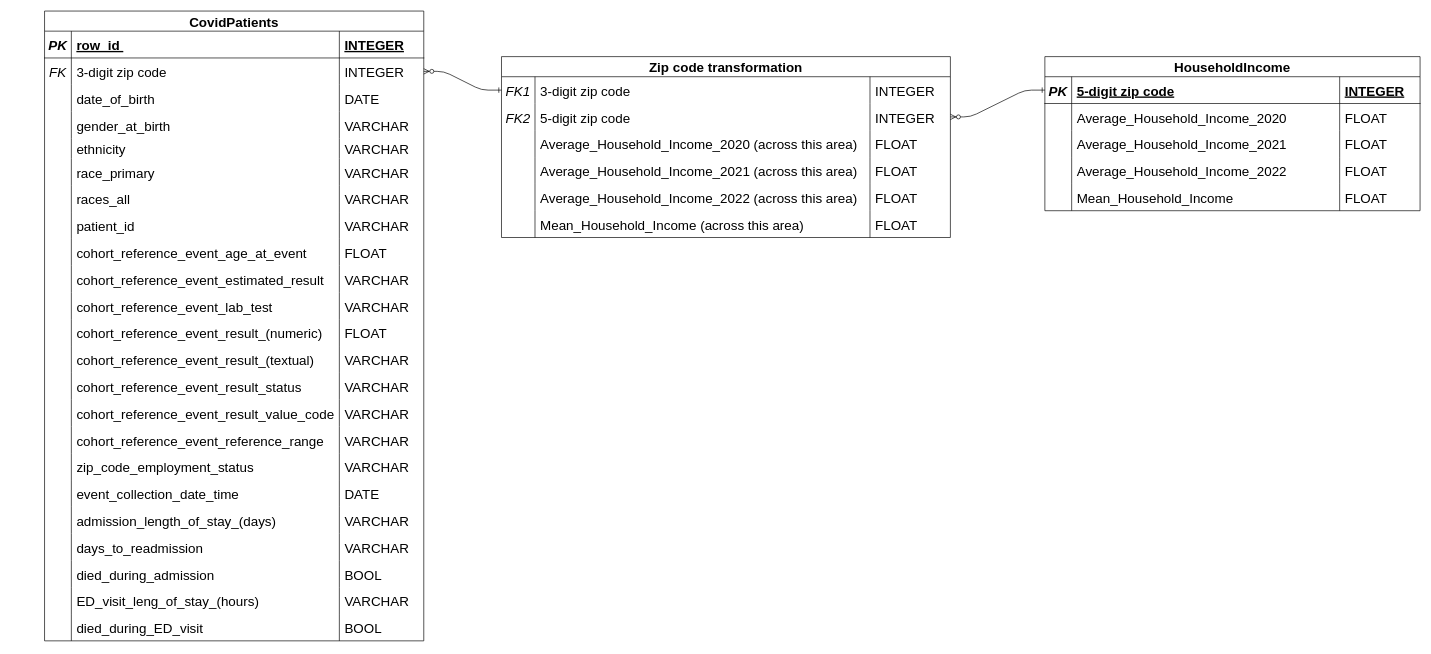
ronghanli2002/Analyzing-COVID-19-Disparities-in-Missouri-Through-a-Socioeconomic-Lens keeps this draw.io diagram as methods/covid_income_diagram.drawio. Above is the earlier version. Source tidied: cells renumbered, new cells numbered last; positions are measured from the earlier drawing's top-left corner, leaving out a move shared by most shapes. Both pictures are drawn from the tidied source at 67%, with x=0, y=0 at pixel (44, 11).
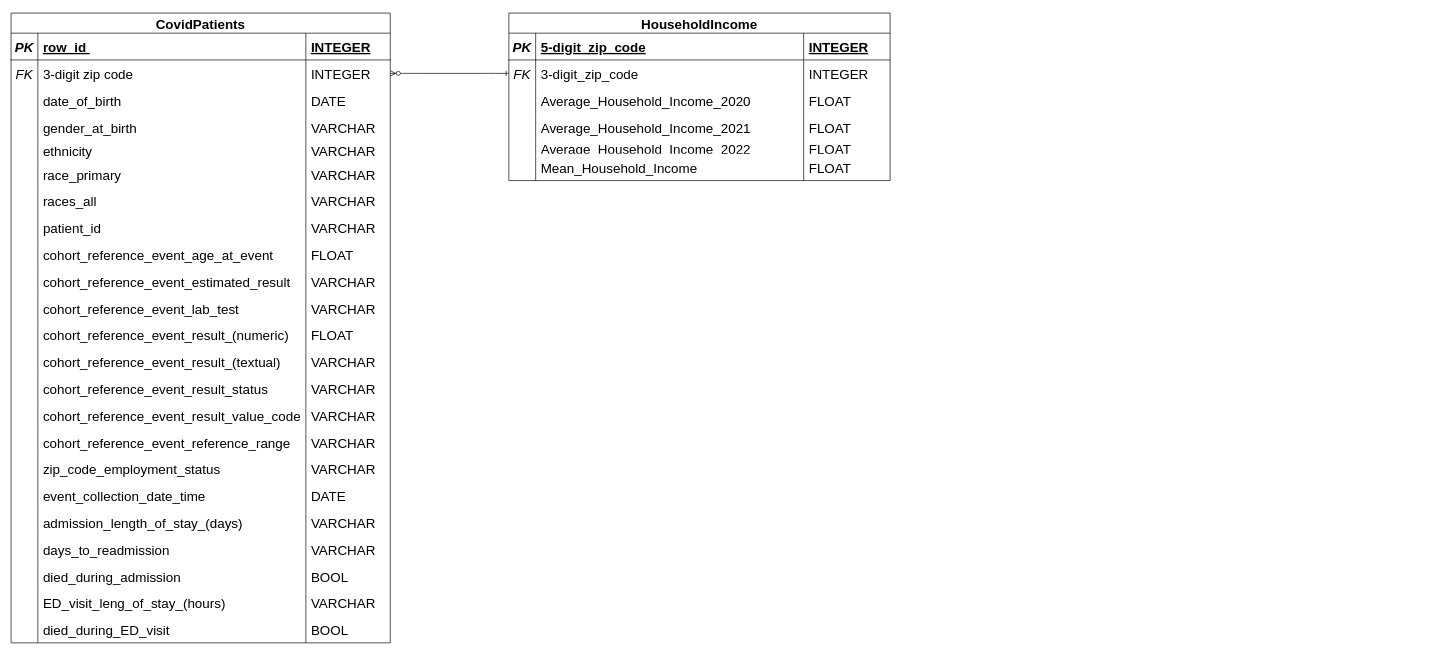
After the change.

Unchanged cells that the change refers to:
```xml
<mxCell id="32" style="shape=partialRectangle;fillColor=none;points=[[0,0.5],[1,0.5]];portConstraint=eastwest;top=0;left=0;right=0;bottom=0;fontSize=20;" parent="27" vertex="1">
  <mxGeometry y="70" width="566" height="40" as="geometry" />
</mxCell>
```

The edit, as a diff of the source:
```diff
@@
-    <mxCell id="2" value="Zip code transformation" style="shape=table;startSize=30;childLayout=tableLayout;rowLines=0;fontStyle=1;align=center;fontSize=20;" parent="1" vertex="1">
-      <mxGeometry x="682" y="68" width="670" height="270" as="geometry" />
-    </mxCell>
-    <mxCell id="3" style="shape=partialRectangle;fillColor=none;points=[[0,0.5],[1,0.5]];portConstraint=eastwest;top=0;left=0;right=0;bottom=0;fontSize=20;" parent="2" vertex="1">
-      <mxGeometry y="30" width="670" height="40" as="geometry" />
-    </mxCell>
-    <mxCell id="4" value="FK1" style="shape=partialRectangle;overflow=hidden;fillColor=none;top=0;left=0;bottom=0;right=0;fontStyle=2;fontSize=20;" parent="3" vertex="1">
-      <mxGeometry width="50" height="40" as="geometry" />
-    </mxCell>
-    <mxCell id="5" value="3-digit zip code" style="shape=partialRectangle;overflow=hidden;fillColor=none;top=0;left=0;bottom=0;right=0;align=left;spacingLeft=6;fontSize=20;" parent="3" vertex="1">
-      <mxGeometry x="50" width="500" height="40" as="geometry" />
-    </mxCell>
-    <mxCell id="6" value="INTEGER" style="shape=partialRectangle;overflow=hidden;fillColor=none;top=0;left=0;bottom=0;right=0;align=left;spacingLeft=6;fontSize=20;" parent="3" vertex="1">
-      <mxGeometry x="550" width="120" height="40" as="geometry" />
-    </mxCell>
-    <mxCell id="7" style="shape=partialRectangle;fillColor=none;points=[[0,0.5],[1,0.5]];portConstraint=eastwest;top=0;left=0;right=0;bottom=0;fontSize=20;" parent="2" vertex="1">
-      <mxGeometry y="70" width="670" height="40" as="geometry" />
-    </mxCell>
-    <mxCell id="8" value="FK2" style="shape=partialRectangle;overflow=hidden;fillColor=none;top=0;left=0;bottom=0;right=0;fontStyle=2;fontSize=20;" parent="7" vertex="1">
-      <mxGeometry width="50" height="40" as="geometry" />
-    </mxCell>
-    <mxCell id="9" value="5-digit zip code" style="shape=partialRectangle;overflow=hidden;fillColor=none;top=0;left=0;bottom=0;right=0;align=left;spacingLeft=6;fontSize=20;" parent="7" vertex="1">
-      <mxGeometry x="50" width="500" height="40" as="geometry" />
-    </mxCell>
-    <mxCell id="10" value="INTEGER" style="shape=partialRectangle;overflow=hidden;fillColor=none;top=0;left=0;bottom=0;right=0;align=left;spacingLeft=6;fontSize=20;" parent="7" vertex="1">
-      <mxGeometry x="550" width="120" height="40" as="geometry" />
-    </mxCell>
-    <mxCell id="11" style="shape=partialRectangle;fillColor=none;top=0;left=0;right=0;bottom=0;fontSize=20;" parent="2" vertex="1">
-      <mxGeometry y="110" width="670" height="40" as="geometry" />
-    </mxCell>
-    <mxCell id="12" style="shape=partialRectangle;overflow=hidden;fillColor=none;top=0;left=0;bottom=0;right=0;fontSize=20;" parent="11" vertex="1">
-      <mxGeometry width="50" height="40" as="geometry" />
-    </mxCell>
-    <mxCell id="13" value="Average_Household_Income_2020 (across this area)" style="shape=partialRectangle;overflow=hidden;fillColor=none;top=0;left=0;bottom=0;right=0;align=left;spacingLeft=6;fontSize=20;" parent="11" vertex="1">
-      <mxGeometry x="50" width="500" height="40" as="geometry" />
-    </mxCell>
-    <mxCell id="14" value="FLOAT" style="shape=partialRectangle;overflow=hidden;fillColor=none;top=0;left=0;bottom=0;right=0;align=left;spacingLeft=6;fontSize=20;" parent="11" vertex="1">
-      <mxGeometry x="550" width="120" height="40" as="geometry" />
-    </mxCell>
-    <mxCell id="15" style="shape=partialRectangle;fillColor=none;top=0;left=0;right=0;bottom=0;fontSize=20;" parent="2" vertex="1">
-      <mxGeometry y="150" width="670" height="40" as="geometry" />
-    </mxCell>
-    <mxCell id="16" style="shape=partialRectangle;overflow=hidden;fillColor=none;top=0;left=0;bottom=0;right=0;fontSize=20;" parent="15" vertex="1">
-      <mxGeometry width="50" height="40" as="geometry" />
-    </mxCell>
-    <mxCell id="17" value="Average_Household_Income_2021 (across this area)" style="shape=partialRectangle;overflow=hidden;fillColor=none;top=0;left=0;bottom=0;right=0;align=left;spacingLeft=6;fontSize=20;" parent="15" vertex="1">
-      <mxGeometry x="50" width="500" height="40" as="geometry" />
-    </mxCell>
-    <mxCell id="18" value="FLOAT" style="shape=partialRectangle;overflow=hidden;fillColor=none;top=0;left=0;bottom=0;right=0;align=left;spacingLeft=6;fontSize=20;" parent="15" vertex="1">
-      <mxGeometry x="550" width="120" height="40" as="geometry" />
-    </mxCell>
-    <mxCell id="19" style="shape=partialRectangle;fillColor=none;top=0;left=0;right=0;bottom=0;fontSize=20;" parent="2" vertex="1">
-      <mxGeometry y="190" width="670" height="40" as="geometry" />
-    </mxCell>
-    <mxCell id="20" style="shape=partialRectangle;overflow=hidden;fillColor=none;top=0;left=0;bottom=0;right=0;fontSize=20;" parent="19" vertex="1">
-      <mxGeometry width="50" height="40" as="geometry" />
-    </mxCell>
-    <mxCell id="21" value="Average_Household_Income_2022 (across this area)" style="shape=partialRectangle;overflow=hidden;fillColor=none;top=0;left=0;bottom=0;right=0;align=left;spacingLeft=6;fontSize=20;" parent="19" vertex="1">
-      <mxGeometry x="50" width="500" height="40" as="geometry" />
-    </mxCell>
-    <mxCell id="22" value="FLOAT" style="shape=partialRectangle;overflow=hidden;fillColor=none;top=0;left=0;bottom=0;right=0;align=left;spacingLeft=6;fontSize=20;" parent="19" vertex="1">
-      <mxGeometry x="550" width="120" height="40" as="geometry" />
-    </mxCell>
-    <mxCell id="23" style="shape=partialRectangle;fillColor=none;top=0;left=0;right=0;bottom=0;fontSize=20;" parent="2" vertex="1">
-      <mxGeometry y="230" width="670" height="40" as="geometry" />
-    </mxCell>
-    <mxCell id="24" style="shape=partialRectangle;overflow=hidden;fillColor=none;top=0;left=0;bottom=0;right=0;fontSize=20;" parent="23" vertex="1">
-      <mxGeometry width="50" height="40" as="geometry" />
-    </mxCell>
-    <mxCell id="25" value="Mean_Household_Income (across this area)" style="shape=partialRectangle;overflow=hidden;fillColor=none;top=0;left=0;bottom=0;right=0;align=left;spacingLeft=6;fontSize=20;" parent="23" vertex="1">
-      <mxGeometry x="50" width="500" height="40" as="geometry" />
-    </mxCell>
-    <mxCell id="26" value="FLOAT" style="shape=partialRectangle;overflow=hidden;fillColor=none;top=0;left=0;bottom=0;right=0;align=left;spacingLeft=6;fontSize=20;" parent="23" vertex="1">
-      <mxGeometry x="550" width="120" height="40" as="geometry" />
-    </mxCell>
     <mxCell id="27" value="CovidPatients" style="shape=table;startSize=30;childLayout=tableLayout;rowLines=0;fontStyle=1;align=center;fontSize=20;" parent="1" vertex="1">
-      <mxGeometry width="566" height="940" as="geometry" />
+      <mxGeometry x="-50" y="3" width="566" height="940" as="geometry" />
     </mxCell>
@@
     <mxCell id="120" value="HouseholdIncome" style="shape=table;startSize=30;childLayout=tableLayout;rowLines=0;fontStyle=1;align=center;fontSize=20;" parent="1" vertex="1">
-      <mxGeometry x="1493" y="68" width="560" height="230" as="geometry" />
+      <mxGeometry x="693" y="3" width="569" height="250" as="geometry" />
     </mxCell>
     <mxCell id="121" style="shape=partialRectangle;fillColor=none;points=[[0,0.5],[1,0.5]];portConstraint=eastwest;top=0;left=0;right=0;bottom=1;fontSize=20;" parent="120" vertex="1">
-      <mxGeometry y="30" width="560" height="40" as="geometry" />
+      <mxGeometry y="30" width="569" height="40" as="geometry" />
     </mxCell>
@@
-    <mxCell id="123" value="5-digit zip code" style="shape=partialRectangle;overflow=hidden;fillColor=none;top=0;left=0;bottom=0;right=0;align=left;spacingLeft=6;fontStyle=5;fontSize=20;" parent="121" vertex="1">
+    <mxCell id="123" value="5-digit_zip_code" style="shape=partialRectangle;overflow=hidden;fillColor=none;top=0;left=0;bottom=0;right=0;align=left;spacingLeft=6;fontStyle=5;fontSize=20;" parent="121" vertex="1">
       <mxGeometry x="40" width="400" height="40" as="geometry" />
     </mxCell>
     <mxCell id="124" value="INTEGER" style="shape=partialRectangle;overflow=hidden;fillColor=none;top=0;left=0;bottom=0;right=0;align=left;spacingLeft=6;fontStyle=5;fontSize=20;" parent="121" vertex="1">
-      <mxGeometry x="440" width="120" height="40" as="geometry" />
+      <mxGeometry x="440" width="129" height="40" as="geometry" />
     </mxCell>
     <mxCell id="125" style="shape=partialRectangle;fillColor=none;points=[[0,0.5],[1,0.5]];portConstraint=eastwest;top=0;left=0;right=0;bottom=0;fontSize=20;" parent="120" vertex="1">
-      <mxGeometry y="70" width="560" height="40" as="geometry" />
+      <mxGeometry y="70" width="569" height="40" as="geometry" />
     </mxCell>
-    <mxCell id="126" style="shape=partialRectangle;overflow=hidden;fillColor=none;top=0;left=0;bottom=0;right=0;fontSize=20;" parent="125" vertex="1">
+    <mxCell id="126" value="FK" style="shape=partialRectangle;overflow=hidden;fillColor=none;top=0;left=0;bottom=0;right=0;fontSize=20;fontStyle=2;" parent="125" vertex="1">
       <mxGeometry width="40" height="40" as="geometry" />
     </mxCell>
-    <mxCell id="127" value="Average_Household_Income_2020" style="shape=partialRectangle;overflow=hidden;fillColor=none;top=0;left=0;bottom=0;right=0;align=left;spacingLeft=6;fontSize=20;" parent="125" vertex="1">
+    <mxCell id="127" value="3-digit_zip_code" style="shape=partialRectangle;overflow=hidden;fillColor=none;top=0;left=0;bottom=0;right=0;align=left;spacingLeft=6;fontSize=20;" parent="125" vertex="1">
       <mxGeometry x="40" width="400" height="40" as="geometry" />
     </mxCell>
-    <mxCell id="128" value="FLOAT" style="shape=partialRectangle;overflow=hidden;fillColor=none;top=0;left=0;bottom=0;right=0;align=left;spacingLeft=6;fontSize=20;" parent="125" vertex="1">
-      <mxGeometry x="440" width="120" height="40" as="geometry" />
+    <mxCell id="128" value="INTEGER" style="shape=partialRectangle;overflow=hidden;fillColor=none;top=0;left=0;bottom=0;right=0;align=left;spacingLeft=6;fontSize=20;" parent="125" vertex="1">
+      <mxGeometry x="440" width="129" height="40" as="geometry" />
     </mxCell>
     <mxCell id="129" style="shape=partialRectangle;fillColor=none;top=0;left=0;right=0;bottom=0;fontSize=20;" parent="120" vertex="1">
-      <mxGeometry y="110" width="560" height="40" as="geometry" />
+      <mxGeometry y="110" width="569" height="40" as="geometry" />
     </mxCell>
@@
-    <mxCell id="131" value="Average_Household_Income_2021" style="shape=partialRectangle;overflow=hidden;fillColor=none;top=0;left=0;bottom=0;right=0;align=left;spacingLeft=6;fontSize=20;" parent="129" vertex="1">
+    <mxCell id="131" value="Average_Household_Income_2020" style="shape=partialRectangle;overflow=hidden;fillColor=none;top=0;left=0;bottom=0;right=0;align=left;spacingLeft=6;fontSize=20;" parent="129" vertex="1">
       <mxGeometry x="40" width="400" height="40" as="geometry" />
     </mxCell>
     <mxCell id="132" value="FLOAT" style="shape=partialRectangle;overflow=hidden;fillColor=none;top=0;left=0;bottom=0;right=0;align=left;spacingLeft=6;fontSize=20;" parent="129" vertex="1">
-      <mxGeometry x="440" width="120" height="40" as="geometry" />
+      <mxGeometry x="440" width="129" height="40" as="geometry" />
     </mxCell>
     <mxCell id="133" style="shape=partialRectangle;fillColor=none;top=0;left=0;right=0;bottom=0;fontSize=20;" parent="120" vertex="1">
-      <mxGeometry y="150" width="560" height="40" as="geometry" />
+      <mxGeometry y="150" width="569" height="40" as="geometry" />
     </mxCell>
@@
-    <mxCell id="135" value="Average_Household_Income_2022" style="shape=partialRectangle;overflow=hidden;fillColor=none;top=0;left=0;bottom=0;right=0;align=left;spacingLeft=6;fontSize=20;" parent="133" vertex="1">
+    <mxCell id="135" value="Average_Household_Income_2021" style="shape=partialRectangle;overflow=hidden;fillColor=none;top=0;left=0;bottom=0;right=0;align=left;spacingLeft=6;fontSize=20;" parent="133" vertex="1">
       <mxGeometry x="40" width="400" height="40" as="geometry" />
     </mxCell>
     <mxCell id="136" value="FLOAT" style="shape=partialRectangle;overflow=hidden;fillColor=none;top=0;left=0;bottom=0;right=0;align=left;spacingLeft=6;fontSize=20;" parent="133" vertex="1">
-      <mxGeometry x="440" width="120" height="40" as="geometry" />
+      <mxGeometry x="440" width="129" height="40" as="geometry" />
     </mxCell>
     <mxCell id="137" style="shape=partialRectangle;fillColor=none;top=0;left=0;right=0;bottom=0;fontSize=20;" parent="120" vertex="1">
-      <mxGeometry y="190" width="560" height="40" as="geometry" />
+      <mxGeometry y="190" width="569" height="20" as="geometry" />
     </mxCell>
     <mxCell id="138" style="shape=partialRectangle;overflow=hidden;fillColor=none;top=0;left=0;bottom=0;right=0;fontSize=20;" parent="137" vertex="1">
-      <mxGeometry width="40" height="40" as="geometry" />
+      <mxGeometry width="40" height="20" as="geometry" />
     </mxCell>
-    <mxCell id="139" value="Mean_Household_Income" style="shape=partialRectangle;overflow=hidden;fillColor=none;top=0;left=0;bottom=0;right=0;align=left;spacingLeft=6;fontSize=20;" parent="137" vertex="1">
-      <mxGeometry x="40" width="400" height="40" as="geometry" />
+    <mxCell id="139" value="Average_Household_Income_2022" style="shape=partialRectangle;overflow=hidden;fillColor=none;top=0;left=0;bottom=0;right=0;align=left;spacingLeft=6;fontSize=20;" parent="137" vertex="1">
+      <mxGeometry x="40" width="400" height="20" as="geometry" />
     </mxCell>
     <mxCell id="140" value="FLOAT" style="shape=partialRectangle;overflow=hidden;fillColor=none;top=0;left=0;bottom=0;right=0;align=left;spacingLeft=6;fontSize=20;" parent="137" vertex="1">
-      <mxGeometry x="440" width="120" height="40" as="geometry" />
+      <mxGeometry x="440" width="129" height="20" as="geometry" />
     </mxCell>
+    <mxCell id="143" style="shape=partialRectangle;fillColor=none;top=0;left=0;right=0;bottom=0;fontSize=20;" parent="120" vertex="1">
+      <mxGeometry y="210" width="569" height="40" as="geometry" />
+    </mxCell>
+    <mxCell id="144" style="shape=partialRectangle;overflow=hidden;fillColor=none;top=0;left=0;bottom=0;right=0;fontSize=20;" parent="143" vertex="1">
+      <mxGeometry width="40" height="40" as="geometry" />
+    </mxCell>
+    <mxCell id="145" value="Mean_Household_Income" style="shape=partialRectangle;overflow=hidden;fillColor=none;top=0;left=0;bottom=0;right=0;align=left;spacingLeft=6;fontSize=20;" parent="143" vertex="1">
+      <mxGeometry x="40" width="400" height="40" as="geometry" />
+    </mxCell>
+    <mxCell id="146" value="FLOAT" style="shape=partialRectangle;overflow=hidden;fillColor=none;top=0;left=0;bottom=0;right=0;align=left;spacingLeft=6;fontSize=20;" parent="143" vertex="1">
+      <mxGeometry x="440" width="129" height="40" as="geometry" />
+    </mxCell>
-    <mxCell id="141" style="edgeStyle=entityRelationEdgeStyle;endArrow=ERzeroToMany;startArrow=ERone;endFill=1;startFill=0;exitX=0;exitY=0.5;exitDx=0;exitDy=0;entryX=1;entryY=0.5;entryDx=0;entryDy=0;fontSize=20;" parent="1" edge="1" source="121" target="7">
-      <mxGeometry relative="1" as="geometry" />
+    <mxCell id="141" style="edgeStyle=entityRelationEdgeStyle;endArrow=ERzeroToMany;startArrow=ERone;endFill=1;startFill=0;exitX=0;exitY=0.5;exitDx=0;exitDy=0;entryX=1;entryY=0.5;entryDx=0;entryDy=0;fontSize=20;" parent="1" edge="1" source="125" target="32">
+      <mxGeometry relative="1" as="geometry">
+        <Array as="points">
+          <mxPoint x="846" y="161" />
+        </Array>
+      </mxGeometry>
     </mxCell>
-    <mxCell id="142" style="edgeStyle=entityRelationEdgeStyle;endArrow=ERzeroToMany;startArrow=ERone;endFill=1;startFill=0;exitX=0;exitY=0.5;exitDx=0;exitDy=0;entryX=1;entryY=0.5;entryDx=0;entryDy=0;fontSize=20;" parent="1" edge="1" source="3" target="32">
-      <mxGeometry relative="1" as="geometry" />
-    </mxCell>
```
